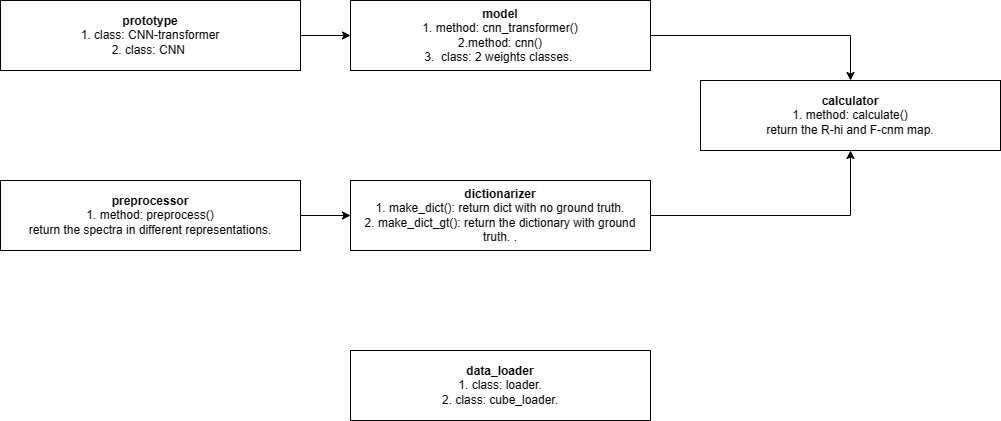
HaiyangTa/tano_signal keeps this draw.io diagram as structure.png. Above is the earlier version. Source tidied: cells renumbered, new cells last; positions are measured from the earlier drawing's top-left corner, leaving out a move shared by most shapes.
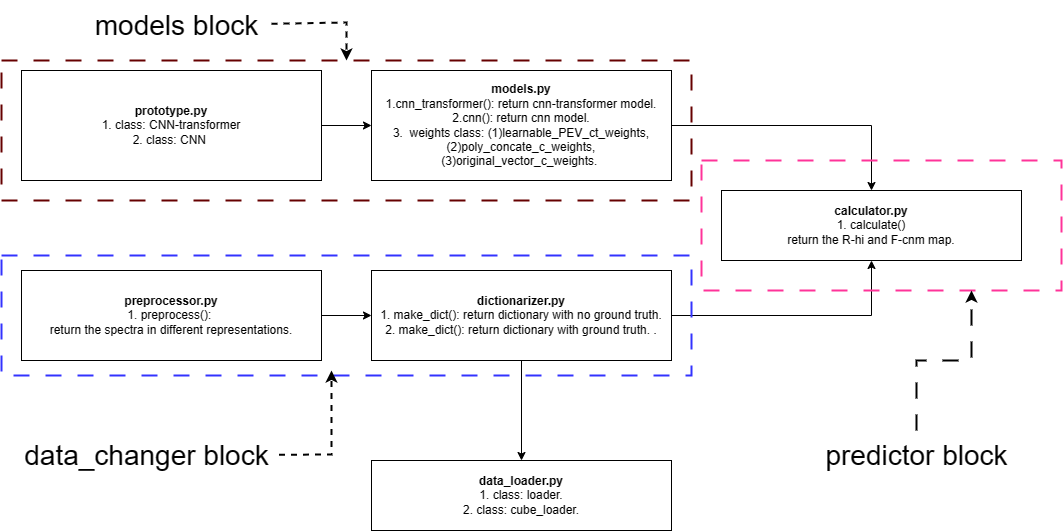
Later version of the same file.

The edit, as a diff of the source:
```diff
@@ -5,32 +5,71 @@
     <mxCell id="2" style="edgeStyle=orthogonalEdgeStyle;rounded=0;jettySize=auto;html=1;exitX=1;exitY=0.5;exitDx=0;exitDy=0;entryX=0;entryY=0.5;entryDx=0;entryDy=0;" parent="1" edge="1" source="3" target="5">
       <mxGeometry relative="1" as="geometry" />
     </mxCell>
-    <mxCell id="3" value="&lt;b&gt;prototype&lt;/b&gt;&lt;br&gt;1. class: CNN-transformer&lt;br&gt;2. class: CNN&amp;nbsp;" style="rounded=0;whiteSpace=wrap;html=1;" parent="1" vertex="1">
-      <mxGeometry width="300" height="70" as="geometry" />
+    <mxCell id="3" value="&lt;b&gt;prototype.py&lt;/b&gt;&lt;br&gt;1. class: CNN-transformer&lt;br&gt;2. class: CNN&amp;nbsp;" style="rounded=0;whiteSpace=wrap;html=1;" parent="1" vertex="1">
+      <mxGeometry y="-40" width="300" height="110" as="geometry" />
     </mxCell>
     <mxCell id="4" style="edgeStyle=orthogonalEdgeStyle;rounded=0;jettySize=auto;html=1;exitX=1;exitY=0.5;exitDx=0;exitDy=0;entryX=0.5;entryY=0;entryDx=0;entryDy=0;" parent="1" edge="1" source="5" target="10">
       <mxGeometry relative="1" as="geometry" />
     </mxCell>
-    <mxCell id="5" value="&lt;b&gt;model&lt;/b&gt;&lt;br&gt;1. method: cnn_transformer()&lt;br&gt;2.method: cnn()&lt;br&gt;3.&amp;nbsp; class: 2 weights classes.&amp;nbsp;" style="rounded=0;whiteSpace=wrap;html=1;" parent="1" vertex="1">
-      <mxGeometry x="350" width="300" height="70" as="geometry" />
+    <mxCell id="5" value="&lt;b&gt;models.py&lt;/b&gt;&lt;br&gt;1.cnn_transformer(): return cnn-transformer model.&lt;br&gt;2.cnn(): return cnn model.&lt;br&gt;3.&amp;nbsp; weights class: (1)learnable_PEV_ct_weights, (2)poly_concate_c_weights, (3)original_vector_c_weights.&amp;nbsp;" style="rounded=0;whiteSpace=wrap;html=1;" parent="1" vertex="1">
+      <mxGeometry x="350" y="-40" width="300" height="110" as="geometry" />
     </mxCell>
     <mxCell id="6" style="edgeStyle=orthogonalEdgeStyle;rounded=0;jettySize=auto;html=1;exitX=1;exitY=0.5;exitDx=0;exitDy=0;entryX=0;entryY=0.5;entryDx=0;entryDy=0;" parent="1" edge="1" source="7" target="9">
       <mxGeometry relative="1" as="geometry" />
     </mxCell>
-    <mxCell id="7" value="&lt;b&gt;preprocessor&lt;/b&gt;&lt;br&gt;1. method: preprocess()&lt;br&gt;return the spectra in different representations." style="rounded=0;whiteSpace=wrap;html=1;" parent="1" vertex="1">
-      <mxGeometry y="180" width="300" height="70" as="geometry" />
+    <mxCell id="7" value="&lt;b&gt;preprocessor.py&lt;/b&gt;&lt;br&gt;1. preprocess():&amp;nbsp;&lt;br&gt;return the spectra in different representations." style="rounded=0;whiteSpace=wrap;html=1;" parent="1" vertex="1">
+      <mxGeometry y="160" width="300" height="90" as="geometry" />
     </mxCell>
     <mxCell id="8" style="edgeStyle=orthogonalEdgeStyle;rounded=0;jettySize=auto;html=1;exitX=1;exitY=0.5;exitDx=0;exitDy=0;entryX=0.5;entryY=1;entryDx=0;entryDy=0;" parent="1" edge="1" source="9" target="10">
       <mxGeometry relative="1" as="geometry" />
     </mxCell>
+    <mxCell id="12" style="edgeStyle=orthogonalEdgeStyle;rounded=0;jettySize=auto;html=1;exitX=0.5;exitY=1;exitDx=0;exitDy=0;entryX=0.5;entryY=0;entryDx=0;entryDy=0;" parent="1" edge="1" source="9" target="11">
+      <mxGeometry relative="1" as="geometry" />
+    </mxCell>
-    <mxCell id="9" value="&lt;b&gt;dictionarizer&lt;/b&gt;&lt;br&gt;1. make_dict(): return dict with no ground truth.&lt;br&gt;2. make_dict_gt(): return the dictionary with ground truth. ." style="rounded=0;whiteSpace=wrap;html=1;" parent="1" vertex="1">
-      <mxGeometry x="350" y="180" width="300" height="70" as="geometry" />
+    <mxCell id="9" value="&lt;b&gt;dictionarizer.py&lt;/b&gt;&lt;br&gt;1. make_dict(): return dictionary with no ground truth.&lt;br&gt;2. make_dict(): return dictionary with ground truth. ." style="rounded=0;whiteSpace=wrap;html=1;" parent="1" vertex="1">
+      <mxGeometry x="350" y="160" width="300" height="90" as="geometry" />
     </mxCell>
-    <mxCell id="10" value="&lt;b&gt;calculator&lt;/b&gt;&lt;br&gt;1. method: calculate()&lt;br&gt;return the R-hi and F-cnm map." style="rounded=0;whiteSpace=wrap;html=1;" parent="1" vertex="1">
+    <mxCell id="10" value="&lt;b&gt;calculator.py&lt;/b&gt;&lt;br&gt;1. calculate()&lt;br&gt;return the R-hi and F-cnm map." style="rounded=0;whiteSpace=wrap;html=1;" parent="1" vertex="1">
       <mxGeometry x="700" y="80" width="300" height="70" as="geometry" />
     </mxCell>
-    <mxCell id="11" value="&lt;b&gt;data_loader&lt;/b&gt;&lt;br&gt;1. class: loader.&lt;br&gt;2. class: cube_loader." style="rounded=0;whiteSpace=wrap;html=1;" parent="1" vertex="1">
+    <mxCell id="11" value="&lt;b&gt;data_loader.py&lt;/b&gt;&lt;br&gt;1. class: loader.&lt;br&gt;2. class: cube_loader." style="rounded=0;whiteSpace=wrap;html=1;" parent="1" vertex="1">
       <mxGeometry x="350" y="350" width="300" height="70" as="geometry" />
     </mxCell>
+    <mxCell id="13" style="rounded=0;whiteSpace=wrap;html=1;fillColor=none;dashed=1;dashPattern=8 8;strokeWidth=2;strokeColor=#3333FF;" parent="1" vertex="1">
+      <mxGeometry x="-20" y="145" width="690" height="120" as="geometry" />
+    </mxCell>
+    <mxCell id="14" style="rounded=0;whiteSpace=wrap;html=1;fillColor=none;dashed=1;dashPattern=8 8;strokeWidth=2;strokeColor=#660000;" parent="1" vertex="1">
+      <mxGeometry x="-20" y="-50" width="690" height="140" as="geometry" />
+    </mxCell>
+    <mxCell id="15" style="rounded=0;whiteSpace=wrap;html=1;fillColor=none;dashed=1;dashPattern=8 8;strokeWidth=2;strokeColor=#FF3399;" parent="1" vertex="1">
+      <mxGeometry x="680" y="50" width="360" height="130" as="geometry" />
+    </mxCell>
+    <mxCell id="16" value="&lt;font style=&quot;font-size: 28px;&quot;&gt;models block&lt;/font&gt;" style="text;html=1;align=center;verticalAlign=middle;points=[];strokeColor=none;fillColor=none;" parent="1" vertex="1">
+      <mxGeometry x="60" y="-110" width="190" height="50" as="geometry" />
+    </mxCell>
+    <mxCell id="17" style="endArrow=classic;html=1;rounded=0;entryX=0.5;entryY=0;entryDx=0;entryDy=0;dashed=1;strokeWidth=2;" parent="1" edge="1" source="16" target="14">
+      <mxGeometry relative="1" as="geometry">
+        <Array as="points">
+          <mxPoint x="325" y="-88" />
+        </Array>
+      </mxGeometry>
+    </mxCell>
+    <mxCell id="18" value="&lt;font style=&quot;font-size: 28px;&quot;&gt;data_changer block&lt;/font&gt;" style="text;html=1;align=center;verticalAlign=middle;points=[];strokeColor=none;fillColor=none;" parent="1" vertex="1">
+      <mxGeometry x="-10" y="320" width="270" height="50" as="geometry" />
+    </mxCell>
+    <mxCell id="19" style="endArrow=classic;html=1;rounded=0;dashed=1;strokeWidth=2;exitX=0.991;exitY=0.485;exitDx=0;exitDy=0;exitPerimeter=0;" parent="1" edge="1" source="18">
+      <mxGeometry relative="1" as="geometry">
+        <mxPoint x="310" y="260" as="targetPoint" />
+        <Array as="points">
+          <mxPoint x="310" y="344" />
+        </Array>
+      </mxGeometry>
+    </mxCell>
+    <mxCell id="20" style="edgeStyle=orthogonalEdgeStyle;rounded=0;jettySize=auto;html=1;entryX=0.75;entryY=1;entryDx=0;entryDy=0;dashed=1;dashPattern=8 8;strokeWidth=2;" parent="1" edge="1" source="21" target="15">
+      <mxGeometry relative="1" as="geometry" />
+    </mxCell>
+    <mxCell id="21" value="&lt;font style=&quot;font-size: 28px;&quot;&gt;predictor block&lt;/font&gt;" style="text;html=1;align=center;verticalAlign=middle;points=[];strokeColor=none;fillColor=none;" parent="1" vertex="1">
+      <mxGeometry x="790" y="320" width="210" height="50" as="geometry" />
+    </mxCell>
   </root>
 </mxGraphModel>
```
